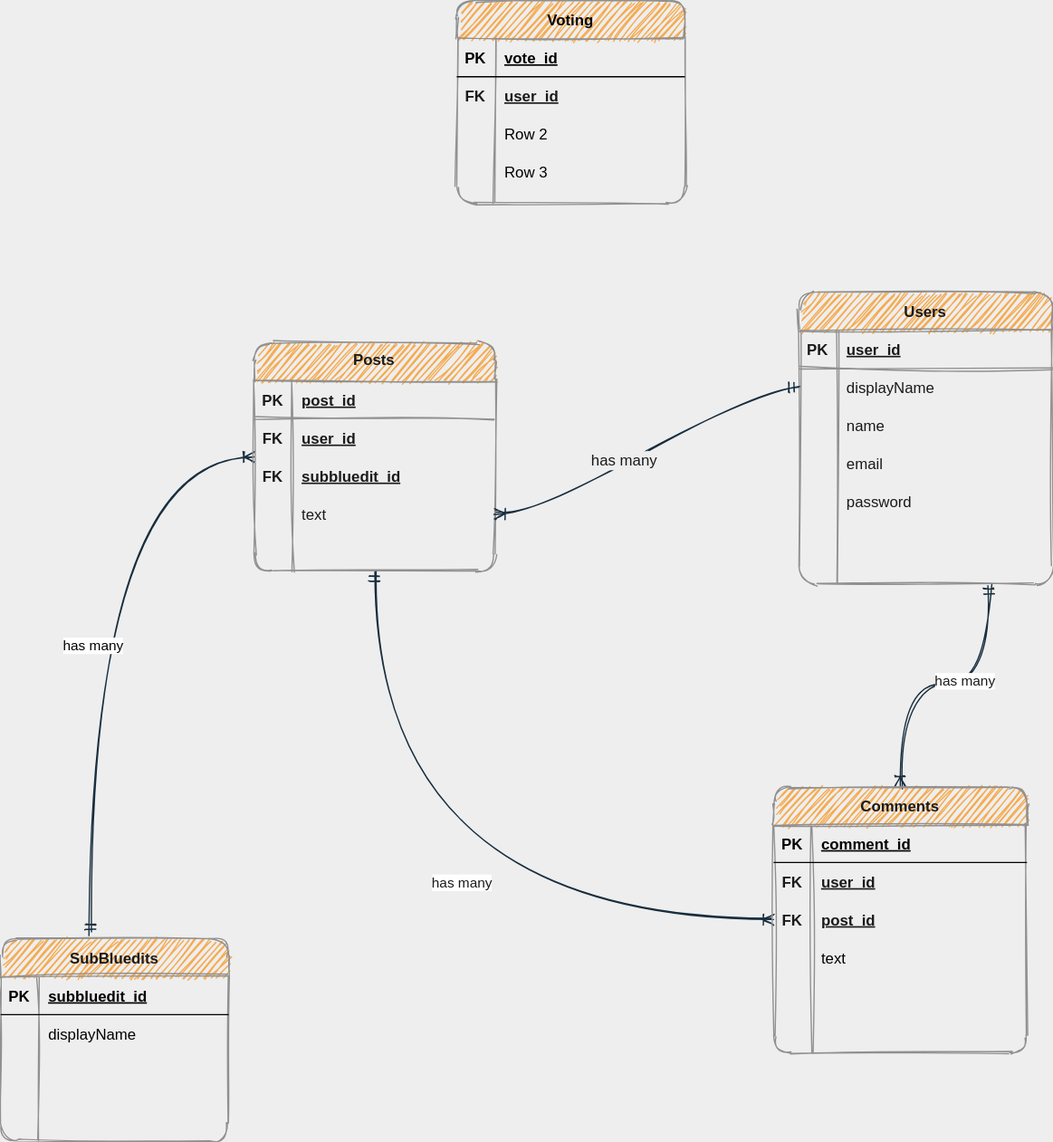
mgkyawmyotun/bluedit keeps this draw.io diagram as design/databaseDesign.svg. Above is the earlier version. Source tidied: cells renumbered, new cells last; positions are measured from the earlier drawing's top-left corner, leaving out a move shared by most shapes.
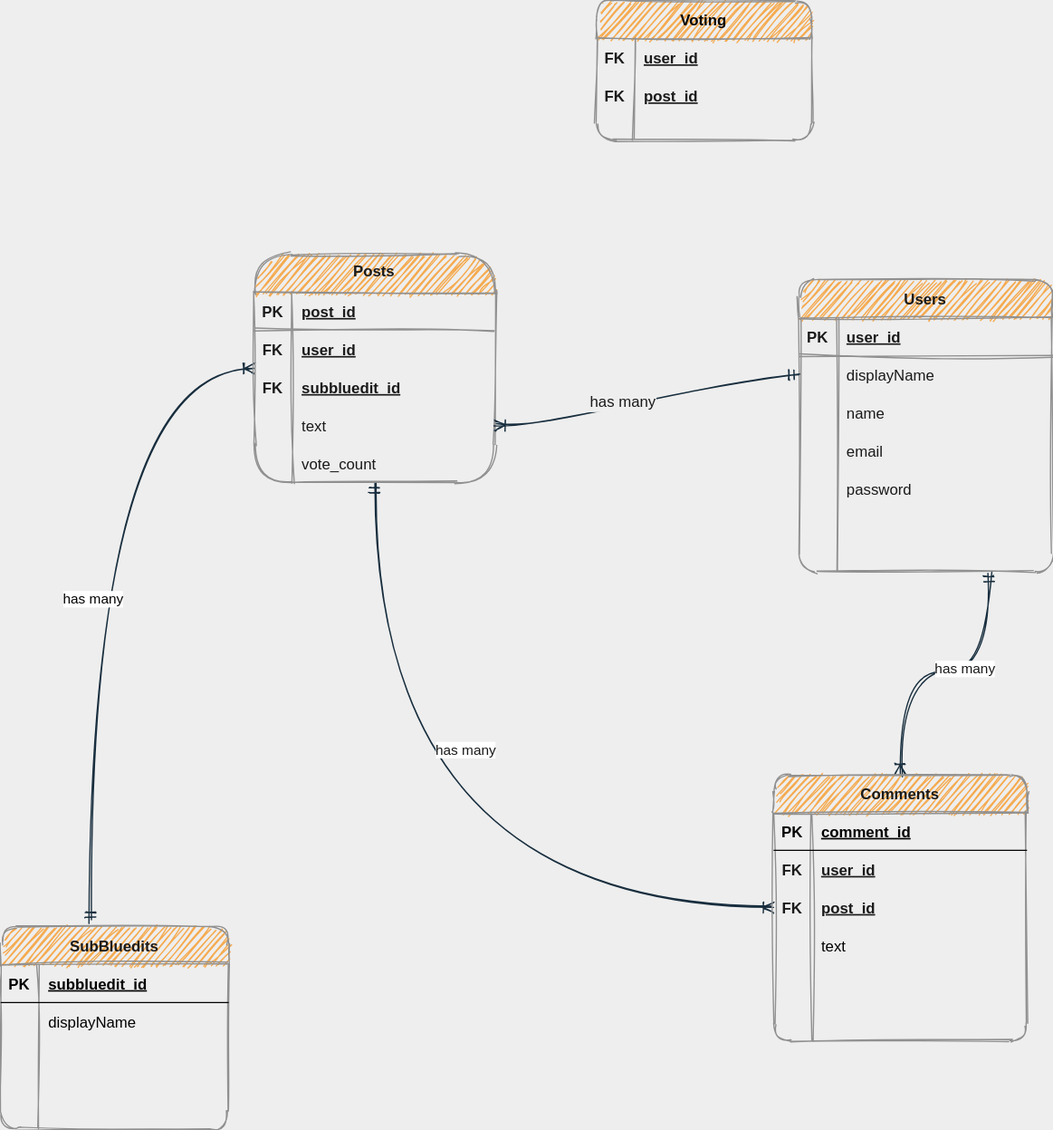
The same file after the commit.

The edit, as a diff of the source:
```diff
@@ -65,8 +65,8 @@
     <mxCell id="22" value="has many" style="edgeLabel;html=1;align=center;verticalAlign=middle;fontColor=#030303;" parent="21" vertex="1">
       <mxGeometry x="0.1" y="2" relative="1" as="geometry" />
     </mxCell>
-    <mxCell id="23" value="Posts" style="shape=table;startSize=30;rowLines=0;fontStyle=1;align=center;fillColor=#F5AB50;strokeColor=#909090;fontColor=#1A1A1A;rounded=1;sketch=1;labelBorderColor=none;labelBackgroundColor=none;verticalAlign=top;" parent="1" vertex="1">
-      <mxGeometry x="200" y="270" width="190" height="180" as="geometry" />
+    <mxCell id="23" value="Posts" style="shape=table;startSize=30;rowLines=0;fontStyle=1;align=center;fillColor=#F5AB50;strokeColor=#909090;fontColor=#1A1A1A;rounded=1;sketch=1;labelBorderColor=none;labelBackgroundColor=none;verticalAlign=top;arcSize=38;" parent="1" vertex="1">
+      <mxGeometry x="200" y="210" width="190" height="180" as="geometry" />
     </mxCell>
     <mxCell id="24" style="shape=partialRectangle;fillColor=none;top=0;left=0;bottom=1;right=0;strokeColor=#909090;fontColor=#1A1A1A;rounded=1;sketch=1;" parent="23" vertex="1">
       <mxGeometry y="30" width="190" height="30" as="geometry" />
@@ -110,7 +110,7 @@
     <mxCell id="37" style="shape=partialRectangle;fillColor=none;top=0;left=0;bottom=0;right=0;overflow=hidden;strokeColor=#909090;fontColor=#1A1A1A;rounded=1;sketch=1;" parent="36" vertex="1">
       <mxGeometry width="30" height="30" as="geometry" />
     </mxCell>
-    <mxCell id="38" style="shape=partialRectangle;fillColor=none;top=0;left=0;bottom=0;right=0;align=left;spacingLeft=6;overflow=hidden;strokeColor=#909090;fontColor=#1A1A1A;rounded=1;sketch=1;" parent="36" vertex="1">
+    <mxCell id="38" value="vote_count" style="shape=partialRectangle;fillColor=none;top=0;left=0;bottom=0;right=0;align=left;spacingLeft=6;overflow=hidden;strokeColor=#909090;fontColor=#1A1A1A;rounded=1;sketch=1;" parent="36" vertex="1">
       <mxGeometry x="30" width="160" height="30" as="geometry" />
     </mxCell>
     <mxCell id="39" style="edgeStyle=entityRelationEdgeStyle;fontSize=12;html=1;endArrow=ERoneToMany;entryX=1;entryY=0.5;entryDx=0;entryDy=0;exitX=0;exitY=0.5;exitDx=0;exitDy=0;strokeColor=#182E3E;labelBackgroundColor=#EEEEEE;fontColor=#1A1A1A;curved=1;sketch=1;startArrow=ERmandOne;startFill=0;" parent="1" edge="1" source="6" target="33">
@@ -122,8 +122,10 @@
     <mxCell id="41" style="edgeStyle=orthogonalEdgeStyle;curved=1;rounded=1;sketch=1;jettySize=auto;html=1;strokeColor=#182E3E;fontColor=#1A1A1A;endArrow=ERmandOne;endFill=0;startArrow=ERoneToMany;startFill=0;entryX=0.5;entryY=1;entryDx=0;entryDy=0;" parent="1" edge="1" source="45" target="23">
       <mxGeometry relative="1" as="geometry" />
     </mxCell>
-    <mxCell id="42" value="has many" style="edgeLabel;html=1;align=center;verticalAlign=middle;fontColor=#1A1A1A;" parent="41" vertex="1">
-      <mxGeometry x="-0.16" y="-30" relative="1" as="geometry" />
+    <mxCell id="42" value="has many" style="edgeLabel;html=1;align=center;verticalAlign=middle;fontColor=#1A1A1A;rotation=0;" parent="41" vertex="1">
+      <mxGeometry x="-0.16" y="-30" relative="1" as="geometry">
+        <mxPoint x="28" y="-95" as="offset" />
+      </mxGeometry>
     </mxCell>
     <mxCell id="43" style="edgeStyle=orthogonalEdgeStyle;curved=1;rounded=1;sketch=1;jettySize=auto;html=1;entryX=0.75;entryY=1;entryDx=0;entryDy=0;endArrow=ERmandOne;endFill=0;strokeColor=#182E3E;fontColor=#1A1A1A;startArrow=ERoneToMany;startFill=0;" parent="1" edge="1" source="45" target="2">
       <mxGeometry relative="1" as="geometry" />
@@ -221,43 +223,25 @@
       <mxGeometry x="30" width="150" height="30" as="geometry" />
     </mxCell>
     <mxCell id="74" value="Voting" style="shape=table;startSize=30;rowLines=0;fontStyle=1;align=center;rounded=1;labelBackgroundColor=none;sketch=1;strokeColor=#909090;fillColor=#F5AB50;fontColor=#030303;" parent="1" vertex="1">
-      <mxGeometry x="360" width="180" height="160" as="geometry" />
+      <mxGeometry x="470" y="10" width="170" height="110" as="geometry" />
     </mxCell>
-    <mxCell id="75" style="shape=partialRectangle;fillColor=none;top=0;left=0;bottom=1;right=0;" parent="74" vertex="1">
-      <mxGeometry y="30" width="180" height="30" as="geometry" />
-    </mxCell>
-    <mxCell id="76" value="PK" style="shape=partialRectangle;fillColor=none;top=0;left=0;bottom=0;right=0;fontStyle=1;overflow=hidden;" parent="75" vertex="1">
-      <mxGeometry width="30" height="30" as="geometry" />
-    </mxCell>
-    <mxCell id="77" value="vote_id" style="shape=partialRectangle;fillColor=none;top=0;left=0;bottom=0;right=0;align=left;spacingLeft=6;fontStyle=5;overflow=hidden;" parent="75" vertex="1">
-      <mxGeometry x="30" width="150" height="30" as="geometry" />
-    </mxCell>
     <mxCell id="78" style="shape=partialRectangle;fillColor=none;top=0;left=0;bottom=0;right=0;strokeColor=#909090;fontColor=#1A1A1A;rounded=1;sketch=1;" parent="74" vertex="1">
-      <mxGeometry y="60" width="180" height="30" as="geometry" />
+      <mxGeometry y="30" width="170" height="30" as="geometry" />
     </mxCell>
     <mxCell id="79" value="FK" style="shape=partialRectangle;fillColor=none;top=0;left=0;bottom=0;right=0;overflow=hidden;strokeWidth=1;fontSize=12;fontStyle=1;strokeColor=#909090;fontColor=#1A1A1A;rounded=1;sketch=1;" parent="78" vertex="1">
       <mxGeometry width="30" height="30" as="geometry" />
     </mxCell>
     <mxCell id="80" value="user_id" style="shape=partialRectangle;fillColor=none;top=0;left=0;bottom=0;right=0;align=left;spacingLeft=6;overflow=hidden;fontStyle=5;strokeColor=#909090;fontColor=#1A1A1A;rounded=1;sketch=1;" parent="78" vertex="1">
-      <mxGeometry x="30" width="150" height="30" as="geometry" />
+      <mxGeometry x="30" width="140" height="30" as="geometry" />
     </mxCell>
-    <mxCell id="81" style="shape=partialRectangle;fillColor=none;top=0;left=0;bottom=0;right=0;" parent="74" vertex="1">
-      <mxGeometry y="90" width="180" height="30" as="geometry" />
-    </mxCell>
-    <mxCell id="82" style="shape=partialRectangle;fillColor=none;top=0;left=0;bottom=0;right=0;overflow=hidden;" parent="81" vertex="1">
-      <mxGeometry width="30" height="30" as="geometry" />
-    </mxCell>
-    <mxCell id="83" value="Row 2" style="shape=partialRectangle;fillColor=none;top=0;left=0;bottom=0;right=0;align=left;spacingLeft=6;overflow=hidden;" parent="81" vertex="1">
-      <mxGeometry x="30" width="150" height="30" as="geometry" />
-    </mxCell>
-    <mxCell id="84" style="shape=partialRectangle;fillColor=none;top=0;left=0;bottom=0;right=0;" parent="74" vertex="1">
-      <mxGeometry y="120" width="180" height="30" as="geometry" />
-    </mxCell>
-    <mxCell id="85" style="shape=partialRectangle;fillColor=none;top=0;left=0;bottom=0;right=0;overflow=hidden;" parent="84" vertex="1">
-      <mxGeometry width="30" height="30" as="geometry" />
-    </mxCell>
-    <mxCell id="86" value="Row 3" style="shape=partialRectangle;fillColor=none;top=0;left=0;bottom=0;right=0;align=left;spacingLeft=6;overflow=hidden;" parent="84" vertex="1">
-      <mxGeometry x="30" width="150" height="30" as="geometry" />
-    </mxCell>
+    <mxCell id="87" style="shape=partialRectangle;fillColor=none;top=0;left=0;bottom=0;right=0;strokeColor=#909090;fontColor=#1A1A1A;rounded=1;sketch=1;" parent="74" vertex="1">
+      <mxGeometry y="60" width="170" height="30" as="geometry" />
+    </mxCell>
+    <mxCell id="88" value="FK" style="shape=partialRectangle;fillColor=none;top=0;left=0;bottom=0;right=0;overflow=hidden;strokeWidth=1;fontSize=12;fontStyle=1;strokeColor=#909090;fontColor=#1A1A1A;rounded=1;sketch=1;" parent="87" vertex="1">
+      <mxGeometry width="30" height="30" as="geometry" />
+    </mxCell>
+    <mxCell id="89" value="post_id" style="shape=partialRectangle;fillColor=none;top=0;left=0;bottom=0;right=0;align=left;spacingLeft=6;overflow=hidden;fontStyle=5;strokeColor=#909090;fontColor=#1A1A1A;rounded=1;sketch=1;" parent="87" vertex="1">
+      <mxGeometry x="30" width="140" height="30" as="geometry" />
+    </mxCell>
   </root>
 </mxGraphModel>
```
